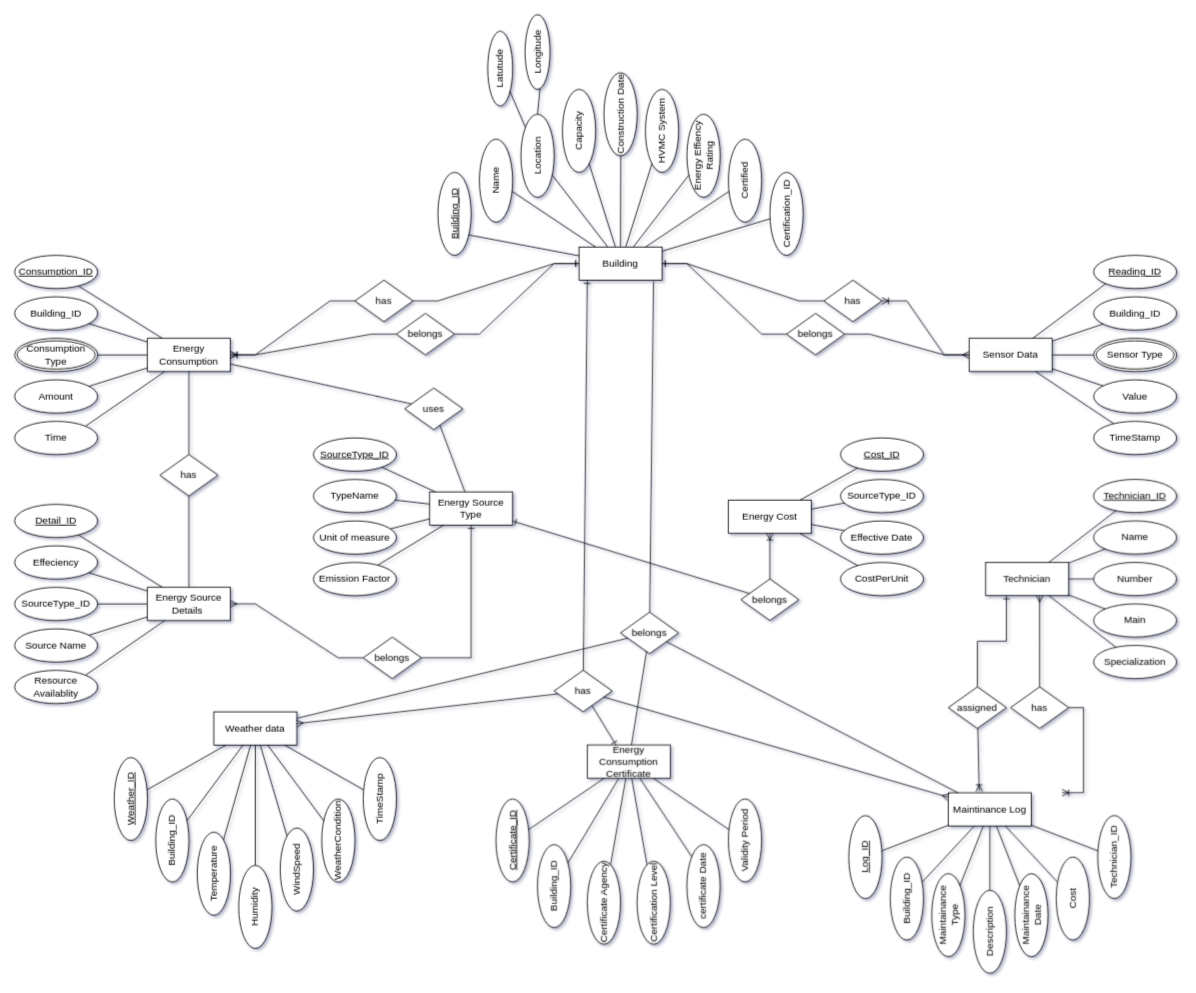
Navin2k4/DBMS_Lab keeps this draw.io diagram as Energy.drawio. Above is the earlier version. Source tidied: cells renumbered, new cells numbered last; positions are measured from the earlier drawing's top-left corner, leaving out a move shared by most shapes. Both pictures are drawn from the tidied source at 83%, with x=0, y=0 at pixel (14, 39).
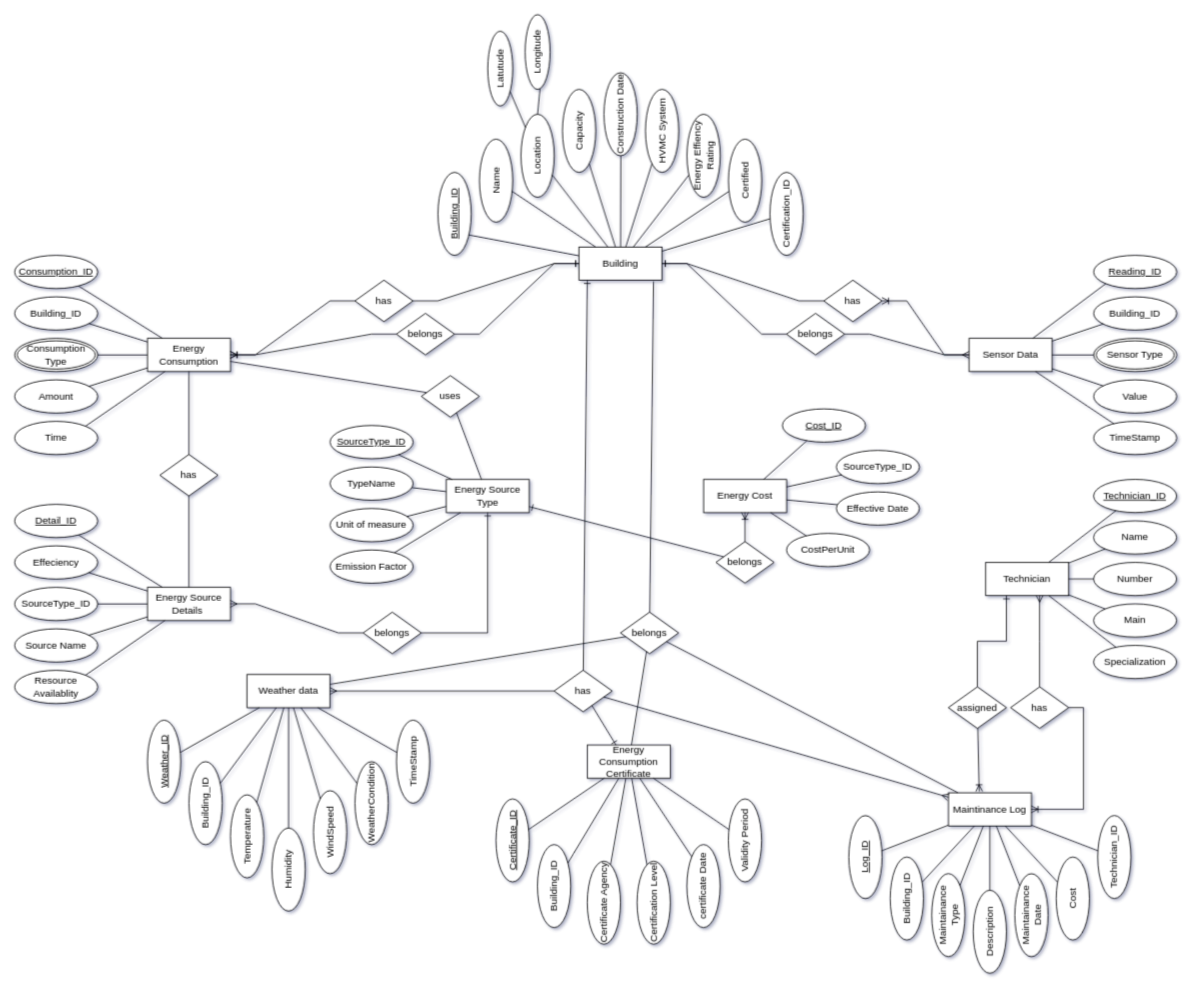
The same diagram, later.

Unchanged cells that the change refers to:
```xml
<mxCell id="91" value="Maintinance Log" style="whiteSpace=wrap;html=1;align=center;" parent="1" vertex="1">
  <mxGeometry x="1125" y="907.5" width="100" height="40" as="geometry" />
</mxCell>
<mxCell id="153" value="has" style="shape=rhombus;perimeter=rhombusPerimeter;whiteSpace=wrap;html=1;align=center;" parent="1" vertex="1">
  <mxGeometry x="1200" y="780" width="70" height="50" as="geometry" />
</mxCell>
```

What changed in the source:
```diff
@@
     <mxCell id="47" value="Energy Source Type" style="whiteSpace=wrap;html=1;align=center;" parent="1" vertex="1">
-      <mxGeometry x="500" y="545" width="100" height="40" as="geometry" />
+      <mxGeometry x="520" y="530" width="100" height="40" as="geometry" />
     </mxCell>
@@
     <mxCell id="54" value="SourceType_ID" style="ellipse;whiteSpace=wrap;html=1;align=center;fontStyle=4;" parent="1" vertex="1">
-      <mxGeometry x="360" y="480" width="100" height="40" as="geometry" />
+      <mxGeometry x="380" y="465" width="100" height="40" as="geometry" />
     </mxCell>
     <mxCell id="55" value="TypeName" style="ellipse;whiteSpace=wrap;html=1;align=center;" parent="1" vertex="1">
-      <mxGeometry x="360" y="530" width="100" height="40" as="geometry" />
+      <mxGeometry x="380" y="515" width="100" height="40" as="geometry" />
     </mxCell>
     <mxCell id="56" value="Emission Factor" style="ellipse;whiteSpace=wrap;html=1;align=center;" parent="1" vertex="1">
-      <mxGeometry x="360" y="630" width="100" height="40" as="geometry" />
+      <mxGeometry x="380" y="615" width="100" height="40" as="geometry" />
     </mxCell>
     <mxCell id="57" value="Unit of measure" style="ellipse;whiteSpace=wrap;html=1;align=center;" parent="1" vertex="1">
-      <mxGeometry x="360" y="580" width="100" height="40" as="geometry" />
+      <mxGeometry x="380" y="565" width="100" height="40" as="geometry" />
     </mxCell>
@@
     <mxCell id="67" value="Energy Cost" style="whiteSpace=wrap;html=1;align=center;" parent="1" vertex="1">
-      <mxGeometry x="860" y="555" width="100" height="40" as="geometry" />
+      <mxGeometry x="830" y="530" width="100" height="40" as="geometry" />
     </mxCell>
     <mxCell id="68" value="Cost_ID" style="ellipse;whiteSpace=wrap;html=1;align=center;fontStyle=4;" parent="1" vertex="1">
-      <mxGeometry x="995" y="480" width="100" height="40" as="geometry" />
+      <mxGeometry x="925" y="445" width="100" height="40" as="geometry" />
     </mxCell>
     <mxCell id="69" value="SourceType_ID" style="ellipse;whiteSpace=wrap;html=1;align=center;" parent="1" vertex="1">
-      <mxGeometry x="995" y="530" width="100" height="40" as="geometry" />
+      <mxGeometry x="990" y="495" width="100" height="40" as="geometry" />
     </mxCell>
     <mxCell id="70" value="CostPerUnit" style="ellipse;whiteSpace=wrap;html=1;align=center;" parent="1" vertex="1">
-      <mxGeometry x="995" y="630" width="100" height="40" as="geometry" />
+      <mxGeometry x="930" y="595" width="100" height="40" as="geometry" />
     </mxCell>
     <mxCell id="71" value="Effective Date" style="ellipse;whiteSpace=wrap;html=1;align=center;" parent="1" vertex="1">
-      <mxGeometry x="995" y="580" width="100" height="40" as="geometry" />
+      <mxGeometry x="990" y="545" width="100" height="40" as="geometry" />
     </mxCell>
@@
     <mxCell id="76" value="Weather data" style="whiteSpace=wrap;html=1;align=center;rotation=0;" parent="1" vertex="1">
-      <mxGeometry x="240" y="810" width="100" height="40" as="geometry" />
+      <mxGeometry x="280" y="765" width="100" height="40" as="geometry" />
     </mxCell>
     <mxCell id="77" value="Weather_ID" style="ellipse;whiteSpace=wrap;html=1;align=center;fontStyle=4;rotation=-90;" parent="1" vertex="1">
-      <mxGeometry x="90" y="895" width="100" height="40" as="geometry" />
+      <mxGeometry x="130" y="850" width="100" height="40" as="geometry" />
     </mxCell>
     <mxCell id="78" value="Building_ID" style="ellipse;whiteSpace=wrap;html=1;align=center;rotation=-90;" parent="1" vertex="1">
-      <mxGeometry x="140" y="945" width="100" height="40" as="geometry" />
+      <mxGeometry x="180" y="900" width="100" height="40" as="geometry" />
     </mxCell>
     <mxCell id="79" value="WindSpeed" style="ellipse;whiteSpace=wrap;html=1;align=center;rotation=-90;" parent="1" vertex="1">
-      <mxGeometry x="290" y="980" width="100" height="40" as="geometry" />
+      <mxGeometry x="330" y="935" width="100" height="40" as="geometry" />
     </mxCell>
     <mxCell id="80" value="Humidity" style="ellipse;whiteSpace=wrap;html=1;align=center;rotation=-90;" parent="1" vertex="1">
-      <mxGeometry x="240" y="1025" width="100" height="40" as="geometry" />
+      <mxGeometry x="280" y="980" width="100" height="40" as="geometry" />
     </mxCell>
     <mxCell id="81" value="Temperature" style="ellipse;whiteSpace=wrap;html=1;align=center;rotation=-90;" parent="1" vertex="1">
-      <mxGeometry x="190" y="985" width="100" height="40" as="geometry" />
+      <mxGeometry x="230" y="940" width="100" height="40" as="geometry" />
     </mxCell>
@@
     <mxCell id="87" value="WeatherCondition" style="ellipse;whiteSpace=wrap;html=1;align=center;rotation=-90;" parent="1" vertex="1">
-      <mxGeometry x="340" y="945" width="100" height="40" as="geometry" />
+      <mxGeometry x="380" y="900" width="100" height="40" as="geometry" />
     </mxCell>
     <mxCell id="88" value="TimeStamp" style="ellipse;whiteSpace=wrap;html=1;align=center;rotation=-90;" parent="1" vertex="1">
-      <mxGeometry x="390" y="895" width="100" height="40" as="geometry" />
+      <mxGeometry x="430" y="850" width="100" height="40" as="geometry" />
     </mxCell>
@@
     <mxCell id="145" value="uses" style="shape=rhombus;perimeter=rhombusPerimeter;whiteSpace=wrap;html=1;align=center;" parent="1" vertex="1">
-      <mxGeometry x="470" y="420" width="70" height="50" as="geometry" />
+      <mxGeometry x="490" y="405" width="70" height="50" as="geometry" />
     </mxCell>
@@
     <mxCell id="149" value="belongs" style="shape=rhombus;perimeter=rhombusPerimeter;whiteSpace=wrap;html=1;align=center;fillColor=default;rounded=0;shadow=0;" parent="1" vertex="1">
-      <mxGeometry x="420" y="720" width="70" height="50" as="geometry" />
+      <mxGeometry x="420" y="690" width="70" height="50" as="geometry" />
     </mxCell>
@@
     <mxCell id="151" value="belongs" style="shape=rhombus;perimeter=rhombusPerimeter;whiteSpace=wrap;html=1;align=center;fillColor=default;rounded=0;shadow=0;" parent="1" vertex="1">
-      <mxGeometry x="875" y="650" width="70" height="50" as="geometry" />
+      <mxGeometry x="845" y="605" width="70" height="50" as="geometry" />
     </mxCell>
@@
-    <mxCell id="157" style="fontSize=12;html=1;endArrow=ERoneToMany;rounded=0;entryX=0.992;entryY=0.118;entryDx=0;entryDy=0;entryPerimeter=0;edgeStyle=elbowEdgeStyle;exitX=1;exitY=0.5;exitDx=0;exitDy=0;" parent="1" edge="1" source="153">
+    <mxCell id="157" style="fontSize=12;html=1;endArrow=ERoneToMany;rounded=0;edgeStyle=elbowEdgeStyle;exitX=1;exitY=0.5;exitDx=0;exitDy=0;" parent="1" edge="1" source="153" target="91">
       <mxGeometry relative="1" as="geometry">
-        <mxPoint x="1262.1" y="907.5" as="targetPoint" />
         <Array as="points">
           <mxPoint x="1287.9" y="835.3" />
           <mxPoint x="1307.9" y="907.3" />
         </Array>
       </mxGeometry>
     </mxCell>
```
